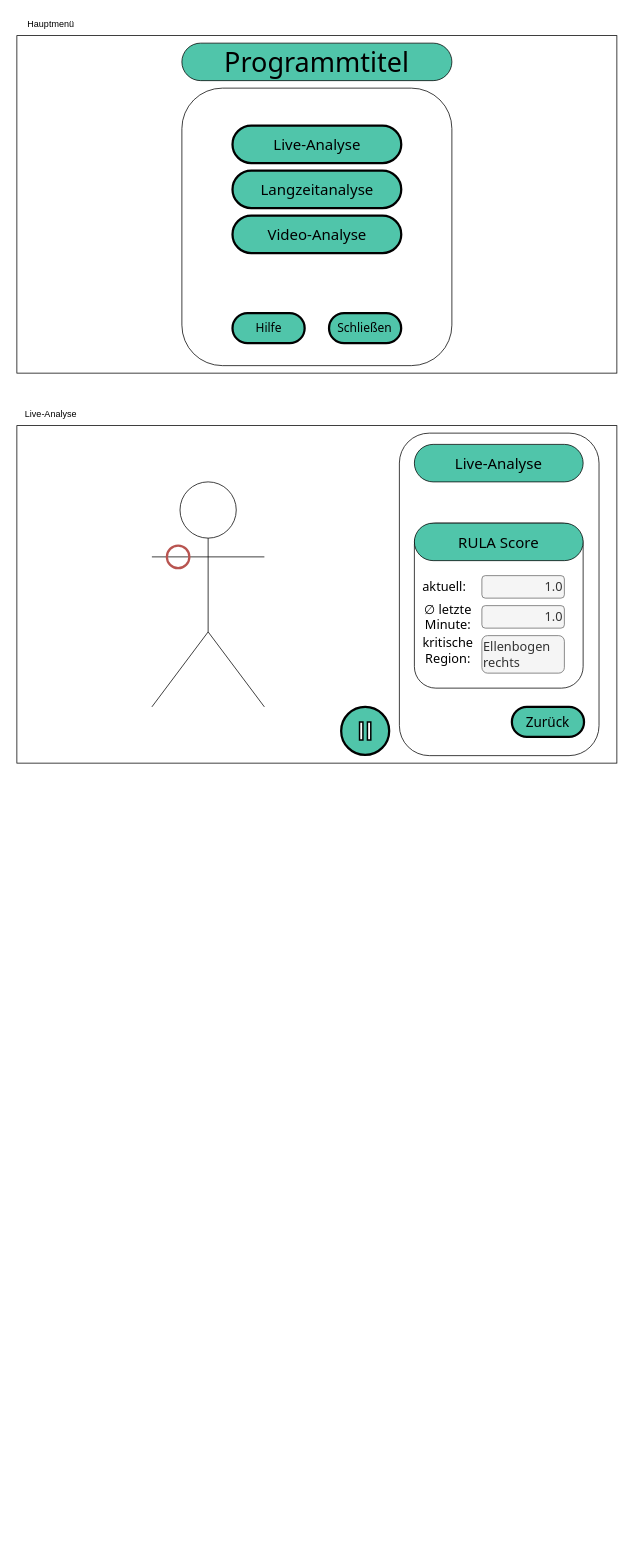
Earlier version of the draw.io diagram UI prototypes.drawio (Leoronus/Pose-Evaluation-Project). Source tidied: cells renumbered, new cells numbered last; positions are measured from the earlier drawing's top-left corner, leaving out a move shared by most shapes. Both pictures are drawn from the tidied source at 75%, with x=0, y=0 at pixel (16, 13).
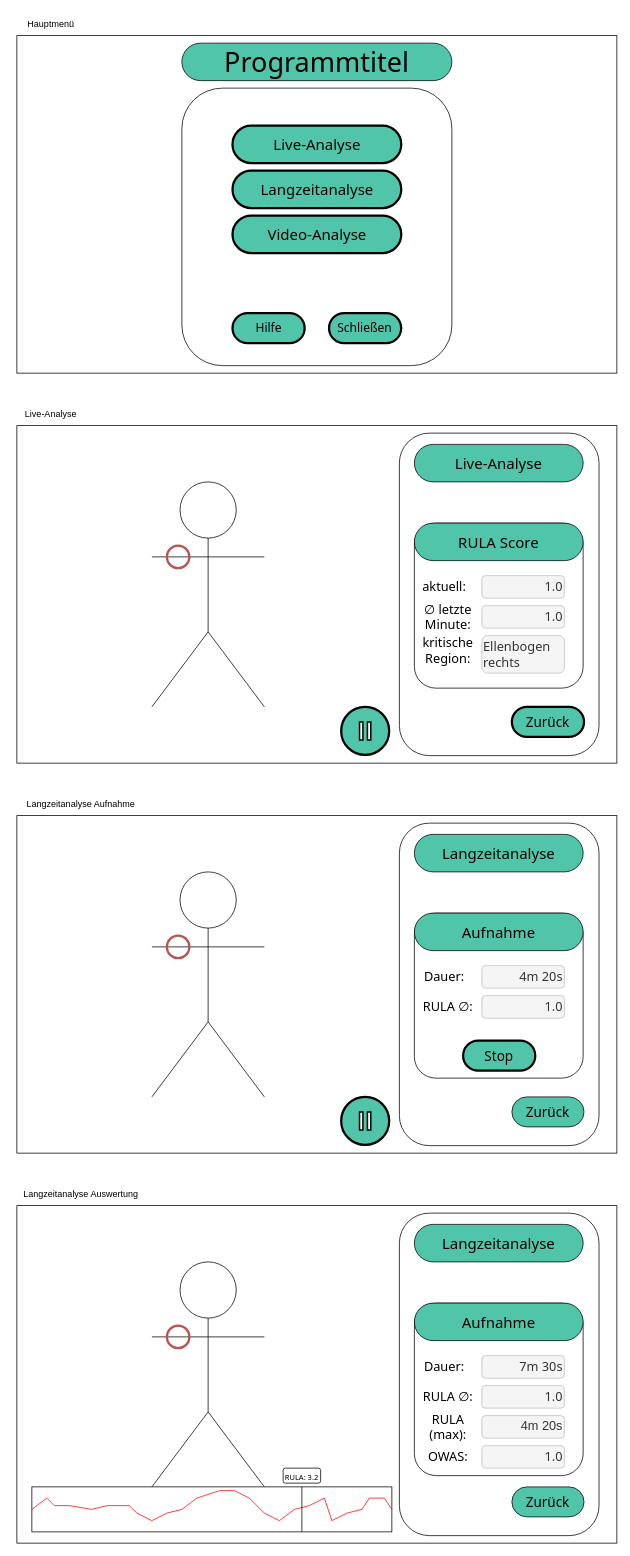
The same diagram, later.

Change to the diagram source:
```diff
@@
-    <mxCell id="20" value="&lt;div align=&quot;right&quot;&gt;&lt;font face=&quot;Tahoma&quot; style=&quot;font-size: 17px;&quot;&gt;1.0&lt;/font&gt;&lt;/div&gt;" style="text;html=1;strokeColor=#666666;fillColor=#f5f5f5;align=right;verticalAlign=middle;whiteSpace=wrap;rounded=1;fontColor=#333333;" parent="1" vertex="1">
+    <mxCell id="20" value="&lt;div align=&quot;right&quot;&gt;&lt;font face=&quot;Tahoma&quot; style=&quot;font-size: 17px;&quot;&gt;1.0&lt;/font&gt;&lt;/div&gt;" style="text;html=1;strokeColor=#BFBFBF;fillColor=#f5f5f5;align=right;verticalAlign=middle;whiteSpace=wrap;rounded=1;fontColor=#333333;" parent="1" vertex="1">
       <mxGeometry x="620" y="750" width="110" height="30" as="geometry" />
     </mxCell>
-    <mxCell id="21" value="&lt;div align=&quot;right&quot;&gt;&lt;font face=&quot;Tahoma&quot; style=&quot;font-size: 17px;&quot;&gt;1.0&lt;/font&gt;&lt;/div&gt;" style="text;html=1;strokeColor=#666666;fillColor=#f5f5f5;align=right;verticalAlign=middle;whiteSpace=wrap;rounded=1;fontColor=#333333;" parent="1" vertex="1">
+    <mxCell id="21" value="&lt;div align=&quot;right&quot;&gt;&lt;font face=&quot;Tahoma&quot; style=&quot;font-size: 17px;&quot;&gt;1.0&lt;/font&gt;&lt;/div&gt;" style="text;html=1;strokeColor=#BFBFBF;fillColor=#f5f5f5;align=right;verticalAlign=middle;whiteSpace=wrap;rounded=1;fontColor=#333333;" parent="1" vertex="1">
       <mxGeometry x="620" y="790" width="110" height="30" as="geometry" />
     </mxCell>
@@
-    <mxCell id="24" value="&lt;div align=&quot;left&quot;&gt;&lt;font face=&quot;Tahoma&quot; style=&quot;font-size: 17px;&quot;&gt;Ellenbogen rechts&lt;br&gt;&lt;/font&gt;&lt;/div&gt;" style="text;html=1;strokeColor=#666666;fillColor=#f5f5f5;align=left;verticalAlign=middle;whiteSpace=wrap;rounded=1;fontColor=#333333;" parent="1" vertex="1">
+    <mxCell id="24" value="&lt;div align=&quot;left&quot;&gt;&lt;font face=&quot;Tahoma&quot; style=&quot;font-size: 17px;&quot;&gt;Ellenbogen rechts&lt;br&gt;&lt;/font&gt;&lt;/div&gt;" style="text;html=1;strokeColor=#BFBFBF;fillColor=#f5f5f5;align=left;verticalAlign=middle;whiteSpace=wrap;rounded=1;fontColor=#333333;" parent="1" vertex="1">
       <mxGeometry x="620" y="830" width="110" height="50" as="geometry" />
     </mxCell>
@@
+    <mxCell id="28" style="rounded=0;whiteSpace=wrap;html=1;" parent="1" vertex="1">
+      <mxGeometry y="1070" width="800" height="450" as="geometry" />
+    </mxCell>
+    <mxCell id="29" value="&lt;div&gt;Langzeitanalyse Aufnahme&lt;/div&gt;" style="text;html=1;align=center;verticalAlign=middle;strokeColor=none;fillColor=none;" parent="1" vertex="1">
+      <mxGeometry y="1040" width="170" height="30" as="geometry" />
+    </mxCell>
+    <mxCell id="30" style="shape=umlActor;verticalLabelPosition=bottom;verticalAlign=top;html=1;" parent="1" vertex="1">
+      <mxGeometry x="180" y="1145" width="150" height="300" as="geometry" />
+    </mxCell>
+    <mxCell id="31" style="rounded=1;whiteSpace=wrap;html=1;strokeWidth=1;" parent="1" vertex="1">
+      <mxGeometry x="510" y="1080" width="266.2" height="430" as="geometry" />
+    </mxCell>
+    <mxCell id="32" value="&lt;font style=&quot;font-size: 20px;&quot; face=&quot;Tahoma&quot;&gt;Langzeitanalyse&lt;/font&gt;" style="rounded=1;whiteSpace=wrap;html=1;arcSize=50;gradientColor=none;fillColor=#50C5AA;gradientDirection=north;fillStyle=auto;strokeWidth=1;" parent="1" vertex="1">
+      <mxGeometry x="530" y="1095" width="225" height="50" as="geometry" />
+    </mxCell>
+    <mxCell id="33" style="rounded=1;whiteSpace=wrap;html=1;arcSize=13;gradientColor=none;fillColor=none;gradientDirection=north;fillStyle=auto;strokeWidth=1;" parent="1" vertex="1">
+      <mxGeometry x="530" y="1200" width="225" height="220" as="geometry" />
+    </mxCell>
+    <mxCell id="34" value="&lt;font style=&quot;font-size: 20px;&quot; face=&quot;Tahoma&quot;&gt;Aufnahme&lt;/font&gt;" style="rounded=1;whiteSpace=wrap;html=1;arcSize=50;gradientColor=none;fillColor=#50C5AA;gradientDirection=north;fillStyle=auto;strokeWidth=1;" parent="1" vertex="1">
+      <mxGeometry x="530" y="1200" width="225" height="50" as="geometry" />
+    </mxCell>
+    <mxCell id="35" value="&lt;font style=&quot;font-size: 17px;&quot; face=&quot;Tahoma&quot;&gt;Dauer:&lt;/font&gt;" style="text;html=1;strokeColor=none;fillColor=none;align=center;verticalAlign=middle;whiteSpace=wrap;rounded=0;" parent="1" vertex="1">
+      <mxGeometry x="540" y="1270" width="60" height="30" as="geometry" />
+    </mxCell>
+    <mxCell id="36" value="&lt;div&gt;&lt;font face=&quot;Tahoma&quot; style=&quot;font-size: 17px;&quot;&gt;RULA ∅&lt;font style=&quot;font-size: 17px;&quot;&gt;:&lt;/font&gt;&lt;/font&gt;&lt;/div&gt;" style="text;html=1;strokeColor=none;fillColor=none;align=center;verticalAlign=middle;whiteSpace=wrap;rounded=0;" parent="1" vertex="1">
+      <mxGeometry x="540" y="1305" width="70" height="40" as="geometry" />
+    </mxCell>
+    <mxCell id="37" value="&lt;div align=&quot;right&quot;&gt;&lt;font face=&quot;Tahoma&quot; style=&quot;font-size: 17px;&quot;&gt;4m 20s&lt;br&gt;&lt;/font&gt;&lt;/div&gt;" style="text;html=1;strokeColor=#BFBFBF;fillColor=#f5f5f5;align=right;verticalAlign=middle;whiteSpace=wrap;rounded=1;fontColor=#333333;" parent="1" vertex="1">
+      <mxGeometry x="620" y="1270" width="110" height="30" as="geometry" />
+    </mxCell>
+    <mxCell id="38" value="&lt;div align=&quot;right&quot;&gt;&lt;font face=&quot;Tahoma&quot; style=&quot;font-size: 17px;&quot;&gt;1.0&lt;/font&gt;&lt;/div&gt;" style="text;html=1;strokeColor=#BFBFBF;fillColor=#f5f5f5;align=right;verticalAlign=middle;whiteSpace=wrap;rounded=1;fontColor=#333333;" parent="1" vertex="1">
+      <mxGeometry x="620" y="1310" width="110" height="30" as="geometry" />
+    </mxCell>
+    <mxCell id="39" style="ellipse;whiteSpace=wrap;html=1;fillColor=none;strokeColor=#b85450;strokeWidth=3;" parent="1" vertex="1">
+      <mxGeometry x="200" y="1230" width="30" height="30" as="geometry" />
+    </mxCell>
+    <mxCell id="40" value="&lt;font style=&quot;font-size: 18px;&quot; face=&quot;Tahoma&quot;&gt;Zurück&lt;/font&gt;" style="rounded=1;whiteSpace=wrap;html=1;arcSize=50;gradientColor=none;fillColor=#50C5AA;gradientDirection=north;fillStyle=auto;strokeWidth=1;" parent="1" vertex="1">
+      <mxGeometry x="660" y="1445" width="96.2" height="40" as="geometry" />
+    </mxCell>
+    <mxCell id="41" style="ellipse;whiteSpace=wrap;html=1;fillColor=#50C5AA;strokeWidth=3;" parent="1" vertex="1">
+      <mxGeometry x="432.4" y="1445" width="64" height="64" as="geometry" />
+    </mxCell>
+    <mxCell id="42" style="html=1;verticalLabelPosition=bottom;align=center;labelBackgroundColor=#ffffff;verticalAlign=top;strokeWidth=2;strokeColor=#000000;shadow=0;dashed=0;shape=mxgraph.ios7.icons.pause;" parent="1" vertex="1">
+      <mxGeometry x="456.9" y="1465" width="15" height="24" as="geometry" />
+    </mxCell>
+    <mxCell id="43" value="&lt;font style=&quot;font-size: 18px;&quot; face=&quot;Tahoma&quot;&gt;Stop&lt;/font&gt;" style="rounded=1;whiteSpace=wrap;html=1;arcSize=50;gradientColor=none;fillColor=#50C5AA;gradientDirection=north;fillStyle=auto;strokeWidth=3;" parent="1" vertex="1">
+      <mxGeometry x="595" y="1370" width="96.2" height="40" as="geometry" />
+    </mxCell>
+    <mxCell id="44" style="rounded=0;whiteSpace=wrap;html=1;" parent="1" vertex="1">
+      <mxGeometry y="1590" width="800" height="450" as="geometry" />
+    </mxCell>
+    <mxCell id="45" value="&lt;div&gt;Langzeitanalyse Auswertung&lt;/div&gt;" style="text;html=1;align=center;verticalAlign=middle;strokeColor=none;fillColor=none;" parent="1" vertex="1">
+      <mxGeometry x="-5" y="1560" width="180" height="30" as="geometry" />
+    </mxCell>
+    <mxCell id="46" style="shape=umlActor;verticalLabelPosition=bottom;verticalAlign=top;html=1;" parent="1" vertex="1">
+      <mxGeometry x="180" y="1665" width="150" height="300" as="geometry" />
+    </mxCell>
+    <mxCell id="47" style="rounded=1;whiteSpace=wrap;html=1;strokeWidth=1;" parent="1" vertex="1">
+      <mxGeometry x="510" y="1600" width="266.2" height="430" as="geometry" />
+    </mxCell>
+    <mxCell id="48" value="&lt;font style=&quot;font-size: 20px;&quot; face=&quot;Tahoma&quot;&gt;Langzeitanalyse&lt;/font&gt;" style="rounded=1;whiteSpace=wrap;html=1;arcSize=50;gradientColor=none;fillColor=#50C5AA;gradientDirection=north;fillStyle=auto;strokeWidth=1;" parent="1" vertex="1">
+      <mxGeometry x="530" y="1615" width="225" height="50" as="geometry" />
+    </mxCell>
+    <mxCell id="49" style="rounded=1;whiteSpace=wrap;html=1;arcSize=13;gradientColor=none;fillColor=none;gradientDirection=north;fillStyle=auto;strokeWidth=1;" parent="1" vertex="1">
+      <mxGeometry x="530" y="1720" width="225" height="230" as="geometry" />
+    </mxCell>
+    <mxCell id="50" value="&lt;font style=&quot;font-size: 20px;&quot; face=&quot;Tahoma&quot;&gt;Aufnahme&lt;/font&gt;" style="rounded=1;whiteSpace=wrap;html=1;arcSize=50;gradientColor=none;fillColor=#50C5AA;gradientDirection=north;fillStyle=auto;strokeWidth=1;" parent="1" vertex="1">
+      <mxGeometry x="530" y="1720" width="225" height="50" as="geometry" />
+    </mxCell>
+    <mxCell id="51" value="&lt;font style=&quot;font-size: 17px;&quot; face=&quot;Tahoma&quot;&gt;Dauer:&lt;/font&gt;" style="text;html=1;strokeColor=none;fillColor=none;align=center;verticalAlign=middle;whiteSpace=wrap;rounded=0;" parent="1" vertex="1">
+      <mxGeometry x="540" y="1790" width="60" height="30" as="geometry" />
+    </mxCell>
+    <mxCell id="52" value="&lt;div&gt;&lt;font face=&quot;Tahoma&quot; style=&quot;font-size: 17px;&quot;&gt;RULA ∅&lt;font style=&quot;font-size: 17px;&quot;&gt;:&lt;/font&gt;&lt;/font&gt;&lt;/div&gt;" style="text;html=1;strokeColor=none;fillColor=none;align=center;verticalAlign=middle;whiteSpace=wrap;rounded=0;" parent="1" vertex="1">
+      <mxGeometry x="540" y="1825" width="70" height="40" as="geometry" />
+    </mxCell>
+    <mxCell id="53" value="&lt;div align=&quot;right&quot;&gt;&lt;font face=&quot;Tahoma&quot; style=&quot;font-size: 17px;&quot;&gt;7m 30s&lt;br&gt;&lt;/font&gt;&lt;/div&gt;" style="text;html=1;strokeColor=#BFBFBF;fillColor=#f5f5f5;align=right;verticalAlign=middle;whiteSpace=wrap;rounded=1;fontColor=#333333;" parent="1" vertex="1">
+      <mxGeometry x="620" y="1790" width="110" height="30" as="geometry" />
+    </mxCell>
+    <mxCell id="54" value="&lt;div align=&quot;right&quot;&gt;&lt;font face=&quot;Tahoma&quot; style=&quot;font-size: 17px;&quot;&gt;1.0&lt;/font&gt;&lt;/div&gt;" style="text;html=1;strokeColor=#BFBFBF;fillColor=#f5f5f5;align=right;verticalAlign=middle;whiteSpace=wrap;rounded=1;fontColor=#333333;" parent="1" vertex="1">
+      <mxGeometry x="620" y="1830" width="110" height="30" as="geometry" />
+    </mxCell>
+    <mxCell id="55" style="ellipse;whiteSpace=wrap;html=1;fillColor=none;strokeColor=#b85450;strokeWidth=3;" parent="1" vertex="1">
+      <mxGeometry x="200" y="1750" width="30" height="30" as="geometry" />
+    </mxCell>
+    <mxCell id="56" value="&lt;font style=&quot;font-size: 18px;&quot; face=&quot;Tahoma&quot;&gt;Zurück&lt;/font&gt;" style="rounded=1;whiteSpace=wrap;html=1;arcSize=50;gradientColor=none;fillColor=#50C5AA;gradientDirection=north;fillStyle=auto;strokeWidth=1;" parent="1" vertex="1">
+      <mxGeometry x="660" y="1965" width="96.2" height="40" as="geometry" />
+    </mxCell>
+    <mxCell id="57" value="&lt;div&gt;&lt;font face=&quot;Tahoma&quot; style=&quot;font-size: 17px;&quot;&gt;RULA (max)&lt;font style=&quot;font-size: 17px;&quot;&gt;:&lt;/font&gt;&lt;/font&gt;&lt;/div&gt;" style="text;html=1;strokeColor=none;fillColor=none;align=center;verticalAlign=middle;whiteSpace=wrap;rounded=0;" parent="1" vertex="1">
+      <mxGeometry x="540" y="1865" width="70" height="40" as="geometry" />
+    </mxCell>
+    <mxCell id="58" value="&lt;font style=&quot;font-size: 17px;&quot;&gt;4m 20s&lt;/font&gt;" style="text;html=1;strokeColor=#BFBFBF;fillColor=#f5f5f5;align=right;verticalAlign=middle;whiteSpace=wrap;rounded=1;fontColor=#333333;" parent="1" vertex="1">
+      <mxGeometry x="620" y="1870" width="110" height="30" as="geometry" />
+    </mxCell>
+    <mxCell id="59" value="&lt;div&gt;&lt;font face=&quot;Tahoma&quot; style=&quot;font-size: 17px;&quot;&gt;OWAS&lt;font style=&quot;font-size: 17px;&quot;&gt;:&lt;/font&gt;&lt;/font&gt;&lt;/div&gt;" style="text;html=1;strokeColor=none;fillColor=none;align=center;verticalAlign=middle;whiteSpace=wrap;rounded=0;" parent="1" vertex="1">
+      <mxGeometry x="540" y="1905" width="70" height="40" as="geometry" />
+    </mxCell>
+    <mxCell id="60" value="&lt;div align=&quot;right&quot;&gt;&lt;font face=&quot;Tahoma&quot; style=&quot;font-size: 17px;&quot;&gt;1.0&lt;/font&gt;&lt;/div&gt;" style="text;html=1;strokeColor=#BFBFBF;fillColor=#f5f5f5;align=right;verticalAlign=middle;whiteSpace=wrap;rounded=1;fontColor=#333333;" parent="1" vertex="1">
+      <mxGeometry x="620" y="1910" width="110" height="30" as="geometry" />
+    </mxCell>
+    <mxCell id="61" style="rounded=0;whiteSpace=wrap;html=1;strokeColor=#000000;strokeWidth=1;fontFamily=Tahoma;fontSize=17;" parent="1" vertex="1">
+      <mxGeometry x="20" y="1965" width="480" height="60" as="geometry" />
+    </mxCell>
+    <mxCell id="62" style="endArrow=none;html=1;rounded=0;fontFamily=Tahoma;fontSize=17;exitX=0;exitY=0.5;exitDx=0;exitDy=0;strokeColor=#FF0000;" parent="1" edge="1" source="61">
+      <mxGeometry relative="1" as="geometry">
+        <mxPoint x="40" y="1980" as="targetPoint" />
+      </mxGeometry>
+    </mxCell>
+    <mxCell id="63" style="endArrow=none;html=1;rounded=0;fontFamily=Tahoma;fontSize=17;strokeColor=#FF0000;" parent="1" edge="1">
+      <mxGeometry relative="1" as="geometry">
+        <mxPoint x="40" y="1980" as="sourcePoint" />
+        <mxPoint x="50" y="1990" as="targetPoint" />
+      </mxGeometry>
+    </mxCell>
+    <mxCell id="64" style="endArrow=none;html=1;rounded=0;fontFamily=Tahoma;fontSize=17;entryX=1;entryY=0.5;entryDx=0;entryDy=0;strokeColor=#FF0000;" parent="1" edge="1" target="61">
+      <mxGeometry relative="1" as="geometry">
+        <mxPoint x="50" y="1990" as="sourcePoint" />
+        <Array as="points">
+          <mxPoint x="70" y="1990" />
+          <mxPoint x="100" y="1995" />
+          <mxPoint x="120" y="1990" />
+          <mxPoint x="150" y="1990" />
+          <mxPoint x="160" y="2000" />
+          <mxPoint x="180" y="2010" />
+          <mxPoint x="200" y="2000" />
+          <mxPoint x="220" y="1995" />
+          <mxPoint x="240" y="1980" />
+          <mxPoint x="270" y="1970" />
+          <mxPoint x="290" y="1970" />
+          <mxPoint x="310" y="1980" />
+          <mxPoint x="330" y="2000" />
+          <mxPoint x="350" y="2010" />
+          <mxPoint x="370" y="1995" />
+          <mxPoint x="390" y="1990" />
+          <mxPoint x="410" y="1980" />
+          <mxPoint x="420" y="2010" />
+          <mxPoint x="440" y="2000" />
+          <mxPoint x="460" y="1995" />
+          <mxPoint x="470" y="1980" />
+          <mxPoint x="490" y="1980" />
+        </Array>
+      </mxGeometry>
+    </mxCell>
+    <mxCell id="65" style="endArrow=none;html=1;rounded=0;strokeColor=#000000;fontFamily=Tahoma;fontSize=17;entryX=0.75;entryY=0;entryDx=0;entryDy=0;exitX=0.75;exitY=1;exitDx=0;exitDy=0;" parent="1" edge="1" source="61" target="61">
+      <mxGeometry relative="1" as="geometry" />
+    </mxCell>
+    <mxCell id="66" value="&lt;font style=&quot;font-size: 10px;&quot;&gt;RULA: 3.2&lt;br&gt;&lt;/font&gt;" style="rounded=1;whiteSpace=wrap;html=1;strokeColor=#000000;strokeWidth=1;fontFamily=Tahoma;fontSize=17;" parent="1" vertex="1">
+      <mxGeometry x="355" y="1940" width="50" height="20" as="geometry" />
+    </mxCell>
```
